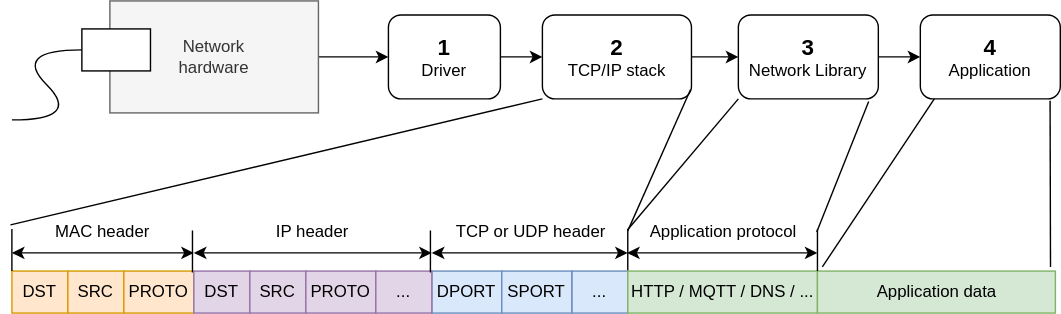
cpq/embedded-network-programming-guide keeps this draw.io diagram as media/stack.svg. Above is the earlier version. Source tidied: cells renumbered, new cells last; positions are measured from the earlier drawing's top-left corner, leaving out a move shared by most shapes. Its diagram source:
```xml
<mxGraphModel>
  <root>
    <mxCell id="0" />
    <mxCell id="1" parent="0" />
    <mxCell id="2" style="endArrow=none;html=1;rounded=0;" parent="1" edge="1">
      <mxGeometry relative="1" as="geometry">
        <mxPoint x="441" y="193" as="sourcePoint" />
        <mxPoint x="441" y="163" as="targetPoint" />
      </mxGeometry>
    </mxCell>
    <mxCell id="3" style="group;" parent="1" vertex="1">
      <mxGeometry x="301" y="193" width="140" height="30" as="geometry" />
    </mxCell>
    <mxCell id="4" value="DPORT" style="rounded=0;whiteSpace=wrap;html=1;fillColor=#dae8fc;strokeColor=#6c8ebf;" parent="3" vertex="1">
      <mxGeometry width="50" height="30" as="geometry" />
    </mxCell>
    <mxCell id="5" value="..." style="rounded=0;whiteSpace=wrap;html=1;fillColor=#dae8fc;strokeColor=#6c8ebf;" parent="3" vertex="1">
      <mxGeometry x="100" width="40" height="30" as="geometry" />
    </mxCell>
    <mxCell id="6" value="SPORT" style="rounded=0;whiteSpace=wrap;html=1;fillColor=#dae8fc;strokeColor=#6c8ebf;" parent="3" vertex="1">
      <mxGeometry x="50" width="50" height="30" as="geometry" />
    </mxCell>
    <mxCell id="7" value="DST" style="rounded=0;whiteSpace=wrap;html=1;fillColor=#ffe6cc;strokeColor=#d79b00;" parent="1" vertex="1">
      <mxGeometry x="1" y="193" width="40" height="30" as="geometry" />
    </mxCell>
    <mxCell id="8" value="SRC" style="rounded=0;whiteSpace=wrap;html=1;fillColor=#ffe6cc;strokeColor=#d79b00;" parent="1" vertex="1">
      <mxGeometry x="41" y="193" width="40" height="30" as="geometry" />
    </mxCell>
    <mxCell id="9" value="PROTO" style="rounded=0;whiteSpace=wrap;html=1;fillColor=#ffe6cc;strokeColor=#d79b00;" parent="1" vertex="1">
      <mxGeometry x="81" y="193" width="50" height="30" as="geometry" />
    </mxCell>
    <mxCell id="10" style="endArrow=classic;html=1;rounded=0;startArrow=classic;startFill=1;endFill=1;" parent="1" edge="1">
      <mxGeometry relative="1" as="geometry">
        <mxPoint x="1" y="180" as="sourcePoint" />
        <mxPoint x="131" y="180" as="targetPoint" />
      </mxGeometry>
    </mxCell>
    <mxCell id="11" value="MAC header" style="text;html=1;strokeColor=none;fillColor=none;align=center;verticalAlign=middle;whiteSpace=wrap;rounded=0;" parent="1" vertex="1">
      <mxGeometry x="18" y="150" width="96" height="30" as="geometry" />
    </mxCell>
    <mxCell id="12" style="endArrow=classic;html=1;rounded=0;startArrow=classic;startFill=1;endFill=1;" parent="1" edge="1">
      <mxGeometry relative="1" as="geometry">
        <mxPoint x="131" y="180" as="sourcePoint" />
        <mxPoint x="301" y="180" as="targetPoint" />
      </mxGeometry>
    </mxCell>
    <mxCell id="13" value="IP header" style="text;html=1;strokeColor=none;fillColor=none;align=center;verticalAlign=middle;whiteSpace=wrap;rounded=0;" parent="1" vertex="1">
      <mxGeometry x="168" y="150" width="96" height="30" as="geometry" />
    </mxCell>
    <mxCell id="14" style="endArrow=none;html=1;rounded=0;" parent="1" edge="1">
      <mxGeometry relative="1" as="geometry">
        <mxPoint x="130" y="194" as="sourcePoint" />
        <mxPoint x="130" y="164" as="targetPoint" />
      </mxGeometry>
    </mxCell>
    <mxCell id="15" style="endArrow=none;html=1;rounded=0;" parent="1" edge="1">
      <mxGeometry relative="1" as="geometry">
        <mxPoint x="1" y="193" as="sourcePoint" />
        <mxPoint x="1" y="163" as="targetPoint" />
      </mxGeometry>
    </mxCell>
    <mxCell id="16" style="group;" parent="1" vertex="1">
      <mxGeometry x="131" y="193" width="170" height="30" as="geometry" />
    </mxCell>
    <mxCell id="17" value="DST" style="rounded=0;whiteSpace=wrap;html=1;fillColor=#e1d5e7;strokeColor=#9673a6;" parent="16" vertex="1">
      <mxGeometry width="40" height="30" as="geometry" />
    </mxCell>
    <mxCell id="18" value="SRC" style="rounded=0;whiteSpace=wrap;html=1;fillColor=#e1d5e7;strokeColor=#9673a6;" parent="16" vertex="1">
      <mxGeometry x="40" width="40" height="30" as="geometry" />
    </mxCell>
    <mxCell id="19" value="PROTO" style="rounded=0;whiteSpace=wrap;html=1;fillColor=#e1d5e7;strokeColor=#9673a6;" parent="16" vertex="1">
      <mxGeometry x="80" width="50" height="30" as="geometry" />
    </mxCell>
    <mxCell id="20" value="..." style="rounded=0;whiteSpace=wrap;html=1;fillColor=#e1d5e7;strokeColor=#9673a6;" parent="16" vertex="1">
      <mxGeometry x="130" width="40" height="30" as="geometry" />
    </mxCell>
    <mxCell id="21" style="endArrow=none;html=1;rounded=0;" parent="1" edge="1">
      <mxGeometry relative="1" as="geometry">
        <mxPoint x="300" y="194" as="sourcePoint" />
        <mxPoint x="300" y="164" as="targetPoint" />
      </mxGeometry>
    </mxCell>
    <mxCell id="22" style="endArrow=classic;html=1;rounded=0;startArrow=classic;startFill=1;endFill=1;" parent="1" edge="1">
      <mxGeometry relative="1" as="geometry">
        <mxPoint x="440.5" y="180" as="sourcePoint" />
        <mxPoint x="576.5" y="180" as="targetPoint" />
      </mxGeometry>
    </mxCell>
    <mxCell id="23" style="endArrow=classic;html=1;rounded=0;startArrow=classic;startFill=1;endFill=1;" parent="1" edge="1">
      <mxGeometry relative="1" as="geometry">
        <mxPoint x="301" y="180" as="sourcePoint" />
        <mxPoint x="441" y="180" as="targetPoint" />
      </mxGeometry>
    </mxCell>
    <mxCell id="24" value="TCP or UDP header" style="text;html=1;strokeColor=none;fillColor=none;align=center;verticalAlign=middle;whiteSpace=wrap;rounded=0;" parent="1" vertex="1">
      <mxGeometry x="307" y="150" width="130" height="30" as="geometry" />
    </mxCell>
    <mxCell id="25" value="HTTP / MQTT / DNS / ..." style="rounded=0;whiteSpace=wrap;html=1;fillColor=#d5e8d4;strokeColor=#82b366;" parent="1" vertex="1">
      <mxGeometry x="441" y="193" width="135.5" height="30" as="geometry" />
    </mxCell>
    <mxCell id="26" value="Application data" style="rounded=0;whiteSpace=wrap;html=1;fillColor=#d5e8d4;strokeColor=#82b366;" parent="1" vertex="1">
      <mxGeometry x="576.5" y="193" width="170" height="30" as="geometry" />
    </mxCell>
    <mxCell id="27" style="endArrow=none;html=1;rounded=0;" parent="1" edge="1">
      <mxGeometry relative="1" as="geometry">
        <mxPoint x="576.5" y="193" as="sourcePoint" />
        <mxPoint x="576.5" y="163" as="targetPoint" />
      </mxGeometry>
    </mxCell>
    <mxCell id="28" value="Application protocol" style="text;html=1;strokeColor=none;fillColor=none;align=center;verticalAlign=middle;whiteSpace=wrap;rounded=0;" parent="1" vertex="1">
      <mxGeometry x="443.5" y="150" width="130.5" height="30" as="geometry" />
    </mxCell>
    <mxCell id="29" style="edgeStyle=orthogonalEdgeStyle;rounded=0;jettySize=auto;html=1;exitX=1;exitY=0.5;exitDx=0;exitDy=0;" parent="1" edge="1" source="30">
      <mxGeometry relative="1" as="geometry">
        <mxPoint x="270" y="40" as="targetPoint" />
      </mxGeometry>
    </mxCell>
    <mxCell id="30" value="&lt;div style=&quot;&quot;&gt;&lt;span style=&quot;background-color: initial;&quot;&gt;Network&lt;/span&gt;&lt;/div&gt;&lt;div style=&quot;&quot;&gt;&lt;span style=&quot;background-color: initial;&quot;&gt;hardware&lt;/span&gt;&lt;/div&gt;" style="rounded=0;whiteSpace=wrap;html=1;fillColor=#f5f5f5;fontColor=#333333;strokeColor=#666666;align=center;" parent="1" vertex="1">
      <mxGeometry x="71" width="149" height="80" as="geometry" />
    </mxCell>
    <mxCell id="31" style="rounded=0;whiteSpace=wrap;html=1;" parent="1" vertex="1">
      <mxGeometry x="51" y="20" width="49" height="30" as="geometry" />
    </mxCell>
    <mxCell id="32" style="curved=1;endArrow=none;html=1;rounded=0;endFill=0;" parent="1" edge="1">
      <mxGeometry relative="1" as="geometry">
        <mxPoint x="1" y="85" as="sourcePoint" />
        <mxPoint x="51" y="35" as="targetPoint" />
        <Array as="points">
          <mxPoint x="51" y="85" />
          <mxPoint x="1" y="35" />
        </Array>
      </mxGeometry>
    </mxCell>
    <mxCell id="33" style="edgeStyle=orthogonalEdgeStyle;rounded=0;jettySize=auto;html=1;exitX=1;exitY=0.5;exitDx=0;exitDy=0;entryX=0;entryY=0.5;entryDx=0;entryDy=0;" parent="1" edge="1" source="34" target="36">
      <mxGeometry relative="1" as="geometry" />
    </mxCell>
    <mxCell id="34" value="&lt;b&gt;&lt;font style=&quot;font-size: 16px;&quot;&gt;1&lt;/font&gt;&lt;/b&gt;&lt;br&gt;Driver" style="rounded=1;whiteSpace=wrap;html=1;" parent="1" vertex="1">
      <mxGeometry x="270" y="10" width="80" height="60" as="geometry" />
    </mxCell>
    <mxCell id="35" style="edgeStyle=orthogonalEdgeStyle;rounded=0;jettySize=auto;html=1;exitX=1;exitY=0.5;exitDx=0;exitDy=0;entryX=0;entryY=0.5;entryDx=0;entryDy=0;" parent="1" edge="1" source="36" target="38">
      <mxGeometry relative="1" as="geometry" />
    </mxCell>
    <mxCell id="36" value="&lt;b&gt;&lt;font style=&quot;font-size: 16px;&quot;&gt;2&lt;/font&gt;&lt;/b&gt;&lt;br&gt;TCP/IP stack" style="rounded=1;whiteSpace=wrap;html=1;" parent="1" vertex="1">
      <mxGeometry x="380" y="10" width="106.5" height="60" as="geometry" />
    </mxCell>
    <mxCell id="37" style="edgeStyle=orthogonalEdgeStyle;rounded=0;jettySize=auto;html=1;exitX=1;exitY=0.5;exitDx=0;exitDy=0;entryX=0;entryY=0.5;entryDx=0;entryDy=0;" parent="1" edge="1" source="38" target="39">
      <mxGeometry relative="1" as="geometry" />
    </mxCell>
    <mxCell id="38" value="&lt;b&gt;&lt;font style=&quot;font-size: 16px;&quot;&gt;3&lt;/font&gt;&lt;/b&gt;&lt;br&gt;Network Library" style="rounded=1;whiteSpace=wrap;html=1;" parent="1" vertex="1">
      <mxGeometry x="520" y="10" width="100" height="60" as="geometry" />
    </mxCell>
    <mxCell id="39" value="&lt;b&gt;&lt;font style=&quot;font-size: 16px;&quot;&gt;4&lt;/font&gt;&lt;/b&gt;&lt;br&gt;Application" style="rounded=1;whiteSpace=wrap;html=1;" parent="1" vertex="1">
      <mxGeometry x="650" y="10" width="100" height="60" as="geometry" />
    </mxCell>
    <mxCell id="40" style="endArrow=none;html=1;rounded=0;" parent="1" edge="1">
      <mxGeometry relative="1" as="geometry">
        <mxPoint y="160" as="sourcePoint" />
        <mxPoint x="380" y="70" as="targetPoint" />
      </mxGeometry>
    </mxCell>
    <mxCell id="41" style="endArrow=none;html=1;rounded=0;exitX=-0.027;exitY=0.476;exitDx=0;exitDy=0;exitPerimeter=0;entryX=0.994;entryY=0.889;entryDx=0;entryDy=0;entryPerimeter=0;" parent="1" edge="1" target="36">
      <mxGeometry relative="1" as="geometry">
        <mxPoint x="441" y="164.3" as="sourcePoint" />
      </mxGeometry>
    </mxCell>
    <mxCell id="42" style="endArrow=none;html=1;rounded=0;exitX=-0.02;exitY=0.449;exitDx=0;exitDy=0;exitPerimeter=0;" parent="1" edge="1" source="28">
      <mxGeometry relative="1" as="geometry">
        <mxPoint x="520" y="70" as="targetPoint" />
      </mxGeometry>
    </mxCell>
    <mxCell id="43" style="endArrow=none;html=1;rounded=0;exitX=1;exitY=0.5;exitDx=0;exitDy=0;entryX=0.911;entryY=1.03;entryDx=0;entryDy=0;entryPerimeter=0;" parent="1" edge="1">
      <mxGeometry relative="1" as="geometry">
        <mxPoint x="576" y="165" as="sourcePoint" />
        <mxPoint x="613.1" y="71.8" as="targetPoint" />
      </mxGeometry>
    </mxCell>
    <mxCell id="44" style="endArrow=none;html=1;rounded=0;" parent="1" edge="1">
      <mxGeometry relative="1" as="geometry">
        <mxPoint x="580" y="190" as="sourcePoint" />
        <mxPoint x="660" y="70" as="targetPoint" />
      </mxGeometry>
    </mxCell>
    <mxCell id="45" style="endArrow=none;html=1;rounded=0;entryX=0.927;entryY=1.022;entryDx=0;entryDy=0;entryPerimeter=0;" parent="1" edge="1" target="39">
      <mxGeometry relative="1" as="geometry">
        <mxPoint x="743" y="190" as="sourcePoint" />
      </mxGeometry>
    </mxCell>
  </root>
</mxGraphModel>
```
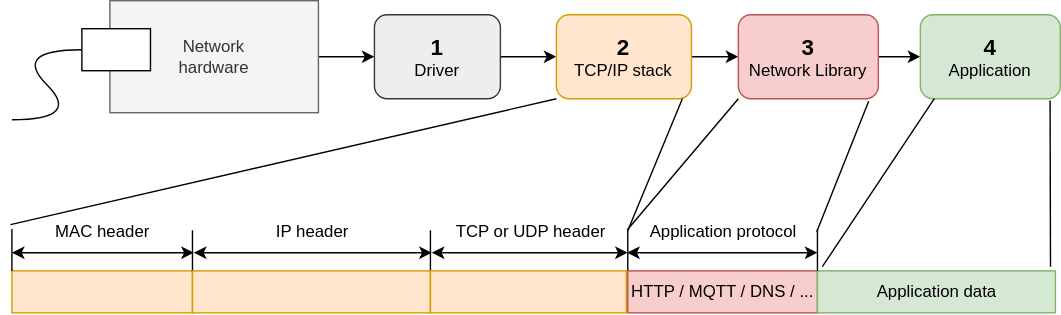
After the change.

The edit, as a diff of the source:
```diff
@@ -8,27 +8,9 @@
         <mxPoint x="441" y="163" as="targetPoint" />
       </mxGeometry>
     </mxCell>
-    <mxCell id="3" style="group;" parent="1" vertex="1">
-      <mxGeometry x="301" y="193" width="140" height="30" as="geometry" />
-    </mxCell>
-    <mxCell id="4" value="DPORT" style="rounded=0;whiteSpace=wrap;html=1;fillColor=#dae8fc;strokeColor=#6c8ebf;" parent="3" vertex="1">
-      <mxGeometry width="50" height="30" as="geometry" />
-    </mxCell>
-    <mxCell id="5" value="..." style="rounded=0;whiteSpace=wrap;html=1;fillColor=#dae8fc;strokeColor=#6c8ebf;" parent="3" vertex="1">
-      <mxGeometry x="100" width="40" height="30" as="geometry" />
-    </mxCell>
-    <mxCell id="6" value="SPORT" style="rounded=0;whiteSpace=wrap;html=1;fillColor=#dae8fc;strokeColor=#6c8ebf;" parent="3" vertex="1">
-      <mxGeometry x="50" width="50" height="30" as="geometry" />
-    </mxCell>
-    <mxCell id="7" value="DST" style="rounded=0;whiteSpace=wrap;html=1;fillColor=#ffe6cc;strokeColor=#d79b00;" parent="1" vertex="1">
-      <mxGeometry x="1" y="193" width="40" height="30" as="geometry" />
+    <mxCell id="7" style="rounded=0;whiteSpace=wrap;html=1;fillColor=#ffe6cc;strokeColor=#d79b00;" parent="1" vertex="1">
+      <mxGeometry x="1" y="193" width="129" height="30" as="geometry" />
     </mxCell>
-    <mxCell id="8" value="SRC" style="rounded=0;whiteSpace=wrap;html=1;fillColor=#ffe6cc;strokeColor=#d79b00;" parent="1" vertex="1">
-      <mxGeometry x="41" y="193" width="40" height="30" as="geometry" />
-    </mxCell>
-    <mxCell id="9" value="PROTO" style="rounded=0;whiteSpace=wrap;html=1;fillColor=#ffe6cc;strokeColor=#d79b00;" parent="1" vertex="1">
-      <mxGeometry x="81" y="193" width="50" height="30" as="geometry" />
-    </mxCell>
     <mxCell id="10" style="endArrow=classic;html=1;rounded=0;startArrow=classic;startFill=1;endFill=1;" parent="1" edge="1">
       <mxGeometry relative="1" as="geometry">
         <mxPoint x="1" y="180" as="sourcePoint" />
@@ -59,21 +41,6 @@
         <mxPoint x="1" y="163" as="targetPoint" />
       </mxGeometry>
     </mxCell>
-    <mxCell id="16" style="group;" parent="1" vertex="1">
-      <mxGeometry x="131" y="193" width="170" height="30" as="geometry" />
-    </mxCell>
-    <mxCell id="17" value="DST" style="rounded=0;whiteSpace=wrap;html=1;fillColor=#e1d5e7;strokeColor=#9673a6;" parent="16" vertex="1">
-      <mxGeometry width="40" height="30" as="geometry" />
-    </mxCell>
-    <mxCell id="18" value="SRC" style="rounded=0;whiteSpace=wrap;html=1;fillColor=#e1d5e7;strokeColor=#9673a6;" parent="16" vertex="1">
-      <mxGeometry x="40" width="40" height="30" as="geometry" />
-    </mxCell>
-    <mxCell id="19" value="PROTO" style="rounded=0;whiteSpace=wrap;html=1;fillColor=#e1d5e7;strokeColor=#9673a6;" parent="16" vertex="1">
-      <mxGeometry x="80" width="50" height="30" as="geometry" />
-    </mxCell>
-    <mxCell id="20" value="..." style="rounded=0;whiteSpace=wrap;html=1;fillColor=#e1d5e7;strokeColor=#9673a6;" parent="16" vertex="1">
-      <mxGeometry x="130" width="40" height="30" as="geometry" />
-    </mxCell>
     <mxCell id="21" style="endArrow=none;html=1;rounded=0;" parent="1" edge="1">
       <mxGeometry relative="1" as="geometry">
         <mxPoint x="300" y="194" as="sourcePoint" />
@@ -95,7 +62,7 @@
     <mxCell id="24" value="TCP or UDP header" style="text;html=1;strokeColor=none;fillColor=none;align=center;verticalAlign=middle;whiteSpace=wrap;rounded=0;" parent="1" vertex="1">
       <mxGeometry x="307" y="150" width="130" height="30" as="geometry" />
     </mxCell>
-    <mxCell id="25" value="HTTP / MQTT / DNS / ..." style="rounded=0;whiteSpace=wrap;html=1;fillColor=#d5e8d4;strokeColor=#82b366;" parent="1" vertex="1">
+    <mxCell id="25" value="HTTP / MQTT / DNS / ..." style="rounded=0;whiteSpace=wrap;html=1;fillColor=#f8cecc;strokeColor=#b85450;" parent="1" vertex="1">
       <mxGeometry x="441" y="193" width="135.5" height="30" as="geometry" />
     </mxCell>
     <mxCell id="26" value="Application data" style="rounded=0;whiteSpace=wrap;html=1;fillColor=#d5e8d4;strokeColor=#82b366;" parent="1" vertex="1">
@@ -110,10 +77,8 @@
     <mxCell id="28" value="Application protocol" style="text;html=1;strokeColor=none;fillColor=none;align=center;verticalAlign=middle;whiteSpace=wrap;rounded=0;" parent="1" vertex="1">
       <mxGeometry x="443.5" y="150" width="130.5" height="30" as="geometry" />
     </mxCell>
-    <mxCell id="29" style="edgeStyle=orthogonalEdgeStyle;rounded=0;jettySize=auto;html=1;exitX=1;exitY=0.5;exitDx=0;exitDy=0;" parent="1" edge="1" source="30">
-      <mxGeometry relative="1" as="geometry">
-        <mxPoint x="270" y="40" as="targetPoint" />
-      </mxGeometry>
+    <mxCell id="29" style="edgeStyle=orthogonalEdgeStyle;rounded=0;jettySize=auto;html=1;exitX=1;exitY=0.5;exitDx=0;exitDy=0;entryX=0;entryY=0.5;entryDx=0;entryDy=0;" parent="1" edge="1" source="30" target="34">
+      <mxGeometry relative="1" as="geometry" />
     </mxCell>
     <mxCell id="30" value="&lt;div style=&quot;&quot;&gt;&lt;span style=&quot;background-color: initial;&quot;&gt;Network&lt;/span&gt;&lt;/div&gt;&lt;div style=&quot;&quot;&gt;&lt;span style=&quot;background-color: initial;&quot;&gt;hardware&lt;/span&gt;&lt;/div&gt;" style="rounded=0;whiteSpace=wrap;html=1;fillColor=#f5f5f5;fontColor=#333333;strokeColor=#666666;align=center;" parent="1" vertex="1">
       <mxGeometry x="71" width="149" height="80" as="geometry" />
@@ -134,33 +99,33 @@
     <mxCell id="33" style="edgeStyle=orthogonalEdgeStyle;rounded=0;jettySize=auto;html=1;exitX=1;exitY=0.5;exitDx=0;exitDy=0;entryX=0;entryY=0.5;entryDx=0;entryDy=0;" parent="1" edge="1" source="34" target="36">
       <mxGeometry relative="1" as="geometry" />
     </mxCell>
-    <mxCell id="34" value="&lt;b&gt;&lt;font style=&quot;font-size: 16px;&quot;&gt;1&lt;/font&gt;&lt;/b&gt;&lt;br&gt;Driver" style="rounded=1;whiteSpace=wrap;html=1;" parent="1" vertex="1">
-      <mxGeometry x="270" y="10" width="80" height="60" as="geometry" />
+    <mxCell id="34" value="&lt;b&gt;&lt;font style=&quot;font-size: 16px;&quot;&gt;1&lt;/font&gt;&lt;/b&gt;&lt;br&gt;Driver" style="rounded=1;whiteSpace=wrap;html=1;fillColor=#eeeeee;strokeColor=#36393d;" parent="1" vertex="1">
+      <mxGeometry x="260" y="10" width="90" height="60" as="geometry" />
     </mxCell>
     <mxCell id="35" style="edgeStyle=orthogonalEdgeStyle;rounded=0;jettySize=auto;html=1;exitX=1;exitY=0.5;exitDx=0;exitDy=0;entryX=0;entryY=0.5;entryDx=0;entryDy=0;" parent="1" edge="1" source="36" target="38">
       <mxGeometry relative="1" as="geometry" />
     </mxCell>
-    <mxCell id="36" value="&lt;b&gt;&lt;font style=&quot;font-size: 16px;&quot;&gt;2&lt;/font&gt;&lt;/b&gt;&lt;br&gt;TCP/IP stack" style="rounded=1;whiteSpace=wrap;html=1;" parent="1" vertex="1">
-      <mxGeometry x="380" y="10" width="106.5" height="60" as="geometry" />
+    <mxCell id="36" value="&lt;b&gt;&lt;font style=&quot;font-size: 16px;&quot;&gt;2&lt;/font&gt;&lt;/b&gt;&lt;br&gt;TCP/IP stack" style="rounded=1;whiteSpace=wrap;html=1;fillColor=#ffe6cc;strokeColor=#d79b00;" parent="1" vertex="1">
+      <mxGeometry x="390" y="10" width="96.5" height="60" as="geometry" />
     </mxCell>
     <mxCell id="37" style="edgeStyle=orthogonalEdgeStyle;rounded=0;jettySize=auto;html=1;exitX=1;exitY=0.5;exitDx=0;exitDy=0;entryX=0;entryY=0.5;entryDx=0;entryDy=0;" parent="1" edge="1" source="38" target="39">
       <mxGeometry relative="1" as="geometry" />
     </mxCell>
-    <mxCell id="38" value="&lt;b&gt;&lt;font style=&quot;font-size: 16px;&quot;&gt;3&lt;/font&gt;&lt;/b&gt;&lt;br&gt;Network Library" style="rounded=1;whiteSpace=wrap;html=1;" parent="1" vertex="1">
+    <mxCell id="38" value="&lt;b&gt;&lt;font style=&quot;font-size: 16px;&quot;&gt;3&lt;/font&gt;&lt;/b&gt;&lt;br&gt;Network Library" style="rounded=1;whiteSpace=wrap;html=1;fillColor=#f8cecc;strokeColor=#b85450;" parent="1" vertex="1">
       <mxGeometry x="520" y="10" width="100" height="60" as="geometry" />
     </mxCell>
-    <mxCell id="39" value="&lt;b&gt;&lt;font style=&quot;font-size: 16px;&quot;&gt;4&lt;/font&gt;&lt;/b&gt;&lt;br&gt;Application" style="rounded=1;whiteSpace=wrap;html=1;" parent="1" vertex="1">
+    <mxCell id="39" value="&lt;b&gt;&lt;font style=&quot;font-size: 16px;&quot;&gt;4&lt;/font&gt;&lt;/b&gt;&lt;br&gt;Application" style="rounded=1;whiteSpace=wrap;html=1;fillColor=#d5e8d4;strokeColor=#82b366;" parent="1" vertex="1">
       <mxGeometry x="650" y="10" width="100" height="60" as="geometry" />
     </mxCell>
-    <mxCell id="40" style="endArrow=none;html=1;rounded=0;" parent="1" edge="1">
+    <mxCell id="40" style="endArrow=none;html=1;rounded=0;entryX=0;entryY=1;entryDx=0;entryDy=0;" parent="1" edge="1" target="36">
       <mxGeometry relative="1" as="geometry">
         <mxPoint y="160" as="sourcePoint" />
-        <mxPoint x="380" y="70" as="targetPoint" />
       </mxGeometry>
     </mxCell>
-    <mxCell id="41" style="endArrow=none;html=1;rounded=0;exitX=-0.027;exitY=0.476;exitDx=0;exitDy=0;exitPerimeter=0;entryX=0.994;entryY=0.889;entryDx=0;entryDy=0;entryPerimeter=0;" parent="1" edge="1" target="36">
+    <mxCell id="41" style="endArrow=none;html=1;rounded=0;exitX=-0.027;exitY=0.476;exitDx=0;exitDy=0;exitPerimeter=0;" parent="1" edge="1">
       <mxGeometry relative="1" as="geometry">
         <mxPoint x="441" y="164.3" as="sourcePoint" />
+        <mxPoint x="480" y="70" as="targetPoint" />
       </mxGeometry>
     </mxCell>
     <mxCell id="42" style="endArrow=none;html=1;rounded=0;exitX=-0.02;exitY=0.449;exitDx=0;exitDy=0;exitPerimeter=0;" parent="1" edge="1" source="28">
@@ -185,5 +150,11 @@
         <mxPoint x="743" y="190" as="sourcePoint" />
       </mxGeometry>
     </mxCell>
+    <mxCell id="46" style="rounded=0;whiteSpace=wrap;html=1;fillColor=#ffe6cc;strokeColor=#d79b00;" parent="1" vertex="1">
+      <mxGeometry x="130" y="193" width="170" height="30" as="geometry" />
+    </mxCell>
+    <mxCell id="47" style="rounded=0;whiteSpace=wrap;html=1;fillColor=#ffe6cc;strokeColor=#d79b00;" parent="1" vertex="1">
+      <mxGeometry x="300" y="193" width="140" height="30" as="geometry" />
+    </mxCell>
   </root>
 </mxGraphModel>
```
